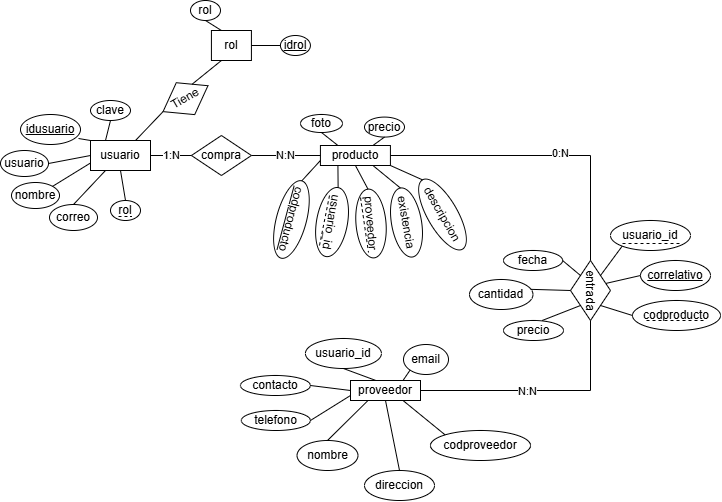
The draw.io diagram documentacion/Diagrama MER.drawio.png in crisalixis/dietetica, before a commit. Source tidied: cells renumbered, new cells last; positions are measured from the earlier drawing's top-left corner, leaving out a move shared by most shapes.
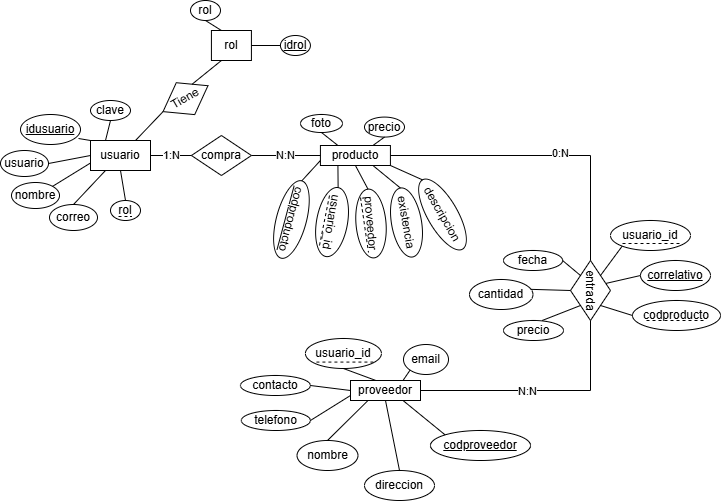
Later version of the same file.

The edit, as a diff of the source:
```diff
@@ -231,7 +231,7 @@
     <mxCell id="69" value="nombre" style="ellipse;whiteSpace=wrap;html=1;" parent="1" vertex="1">
       <mxGeometry x="296.5" y="440" width="60.9" height="30" as="geometry" />
     </mxCell>
-    <mxCell id="70" value="codproveedor" style="ellipse;whiteSpace=wrap;html=1;" parent="1" vertex="1">
+    <mxCell id="70" value="&lt;u&gt;codproveedor&lt;/u&gt;" style="ellipse;whiteSpace=wrap;html=1;" parent="1" vertex="1">
       <mxGeometry x="430" y="430" width="100" height="30" as="geometry" />
     </mxCell>
     <mxCell id="71" style="endArrow=none;html=1;rounded=0;entryX=0.25;entryY=1;entryDx=0;entryDy=0;exitX=0.5;exitY=0;exitDx=0;exitDy=0;" parent="1" edge="1" source="69" target="30">
@@ -255,5 +255,11 @@
     <mxCell id="77" style="endArrow=none;html=1;rounded=0;entryX=0;entryY=1;entryDx=0;entryDy=0;exitX=0.75;exitY=0;exitDx=0;exitDy=0;" parent="1" edge="1" source="30" target="65">
       <mxGeometry relative="1" as="geometry" />
     </mxCell>
+    <mxCell id="78" style="endArrow=none;dashed=1;html=1;rounded=0;" parent="1" edge="1">
+      <mxGeometry relative="1" as="geometry">
+        <mxPoint x="315.9" y="361.6" as="sourcePoint" />
+        <mxPoint x="375.9" y="361.6" as="targetPoint" />
+      </mxGeometry>
+    </mxCell>
   </root>
 </mxGraphModel>
```
